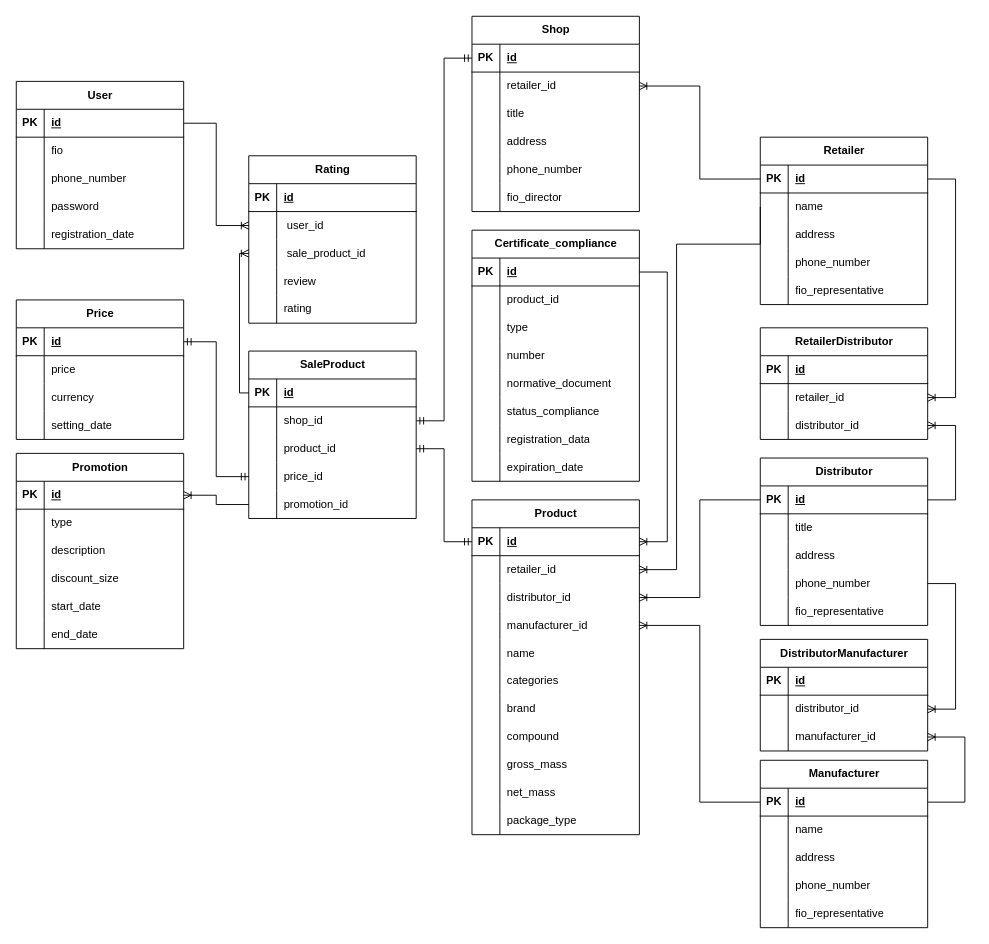
Before: docs/coursework/inc/img/scheme_drawio/er-entities-diag.drawio in nikitalystsev/db_course, a draw.io diagram. Source tidied: cells renumbered, new cells numbered last; positions are measured from the earlier drawing's top-left corner, leaving out a move shared by most shapes. Both pictures are drawn from the tidied source at 93%, with x=0, y=0 at pixel (16, 16).
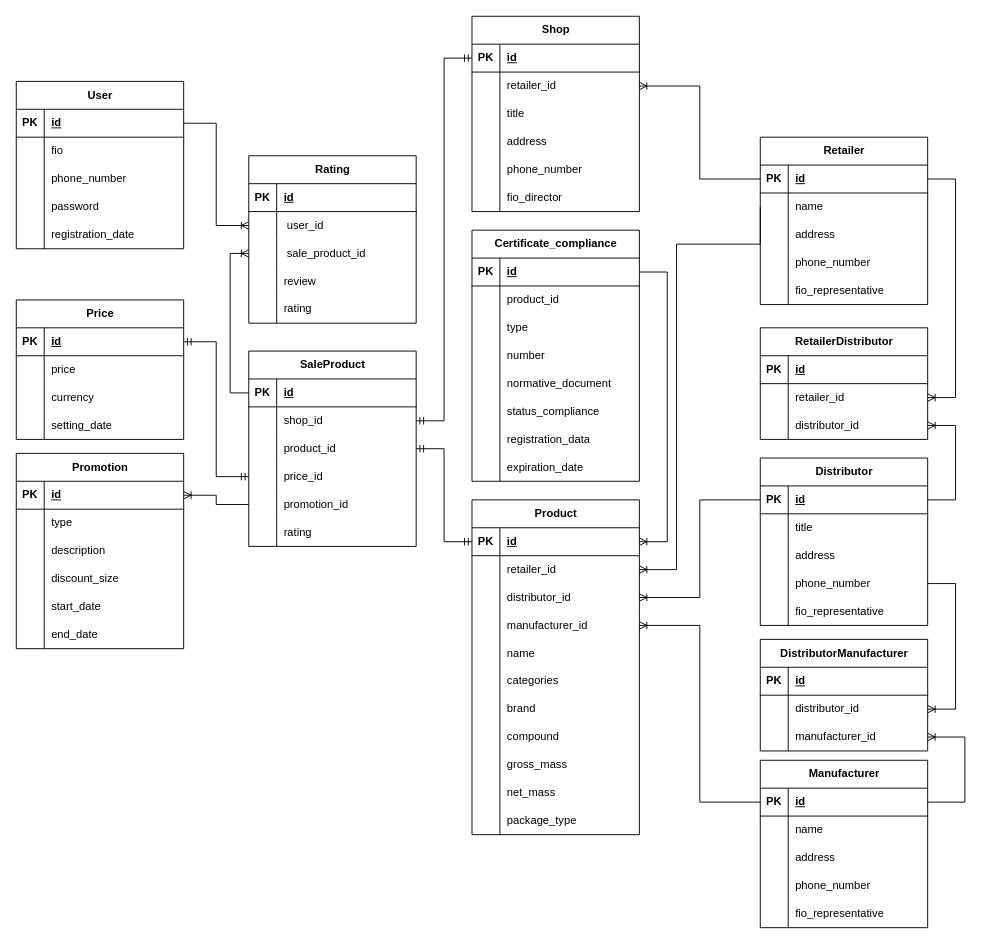
The same page after the edit.

The change refers to these unchanged cells:
```xml
<mxCell id="126" style="shape=tableRow;horizontal=0;startSize=0;swimlaneHead=0;swimlaneBody=0;fillColor=none;points=[[0,0.5],[1,0.5]];portConstraint=eastwest;top=0;left=0;right=0;bottom=1;" parent="125" vertex="1">
  <mxGeometry y="30" width="180" height="30" as="geometry" />
</mxCell>
<mxCell id="181" style="shape=tableRow;horizontal=0;startSize=0;swimlaneHead=0;swimlaneBody=0;fillColor=none;points=[[0,0.5],[1,0.5]];portConstraint=eastwest;top=0;left=0;right=0;bottom=0;" parent="174" vertex="1">
  <mxGeometry y="90" width="180" height="30" as="geometry" />
</mxCell>
```

The edit, as a diff of the source:
```diff
@@
     <mxCell id="125" value="SaleProduct" style="shape=table;startSize=30;childLayout=tableLayout;rowLines=0;fontStyle=1;align=center;html=1;" parent="1" vertex="1">
-      <mxGeometry x="250" y="360" width="180" height="180" as="geometry" />
+      <mxGeometry x="250" y="360" width="180" height="210" as="geometry" />
     </mxCell>
@@
+    <mxCell id="243" style="shape=tableRow;horizontal=0;startSize=0;swimlaneHead=0;swimlaneBody=0;fillColor=none;top=0;left=0;right=0;bottom=0;" parent="125" vertex="1">
+      <mxGeometry y="180" width="180" height="30" as="geometry" />
+    </mxCell>
+    <mxCell id="244" style="shape=partialRectangle;fillColor=none;top=0;left=0;bottom=0;right=0;overflow=hidden;whiteSpace=wrap;html=1;" parent="243" vertex="1">
+      <mxGeometry width="30" height="30" as="geometry" />
+    </mxCell>
+    <mxCell id="245" value="rating" style="shape=partialRectangle;fillColor=none;top=0;left=0;bottom=0;right=0;align=left;spacingLeft=6;overflow=hidden;whiteSpace=wrap;html=1;" parent="243" vertex="1">
+      <mxGeometry x="30" width="150" height="30" as="geometry" />
+    </mxCell>
@@
     <mxCell id="239" style="edgeStyle=orthogonalEdgeStyle;fontSize=12;html=1;endArrow=ERoneToMany;rounded=0;exitX=0;exitY=0.5;exitDx=0;exitDy=0;entryX=0;entryY=0.5;entryDx=0;entryDy=0;" parent="1" edge="1" source="126" target="181">
-      <mxGeometry relative="1" as="geometry" />
+      <mxGeometry relative="1" as="geometry">
+        <Array as="points">
+          <mxPoint x="230" y="405" />
+          <mxPoint x="230" y="255" />
+        </Array>
+      </mxGeometry>
     </mxCell>
```
